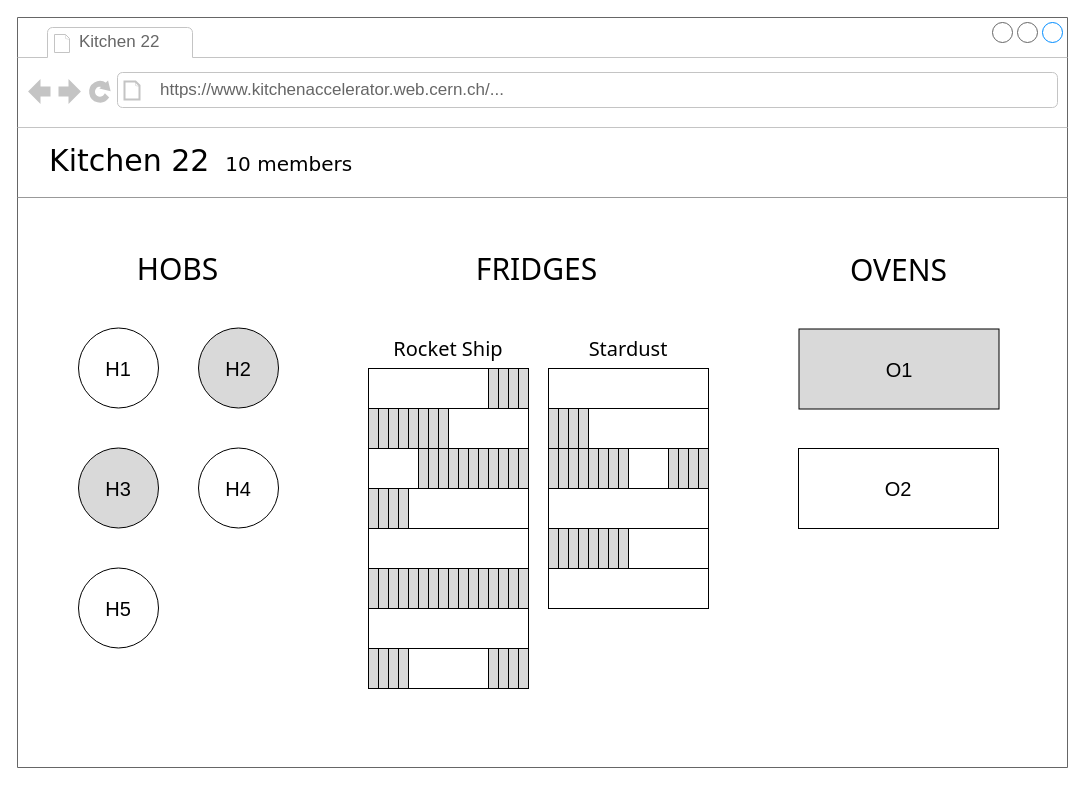
The draw.io diagram page "Kitchen overview" (4 of 10) of media/wireframes/wireframes.drawio in DEUCE1957/kitchen-accelerator, before the edit. Source tidied: cells renumbered, new cells numbered last; positions are measured from the earlier drawing's top-left corner, leaving out a move shared by most shapes. Both pictures are drawn from the tidied source at 100%, with x=0, y=0 at pixel (17, 17). Pictures stored in the file or linked from it are replaced by grey dashed boxes.
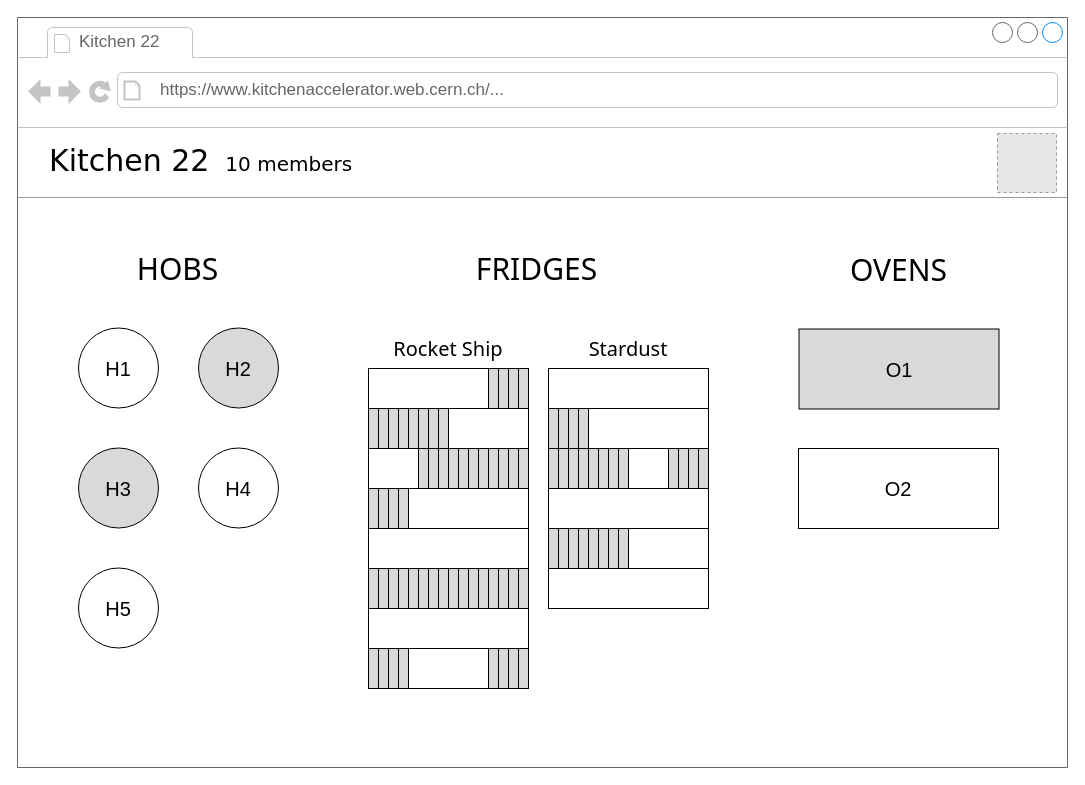
The same page after the edit.

The edit, as a diff of the source:
```diff
@@
+    <mxCell id="109" style="fillColor=#E6E6E6;strokeColor=#999999;dashed=1;verticalLabelPosition=bottom;labelBackgroundColor=#ffffff;verticalAlign=top;" parent="1" vertex="1">
+      <mxGeometry x="980" y="116" width="59" height="59" as="geometry" />
+    </mxCell>
```
